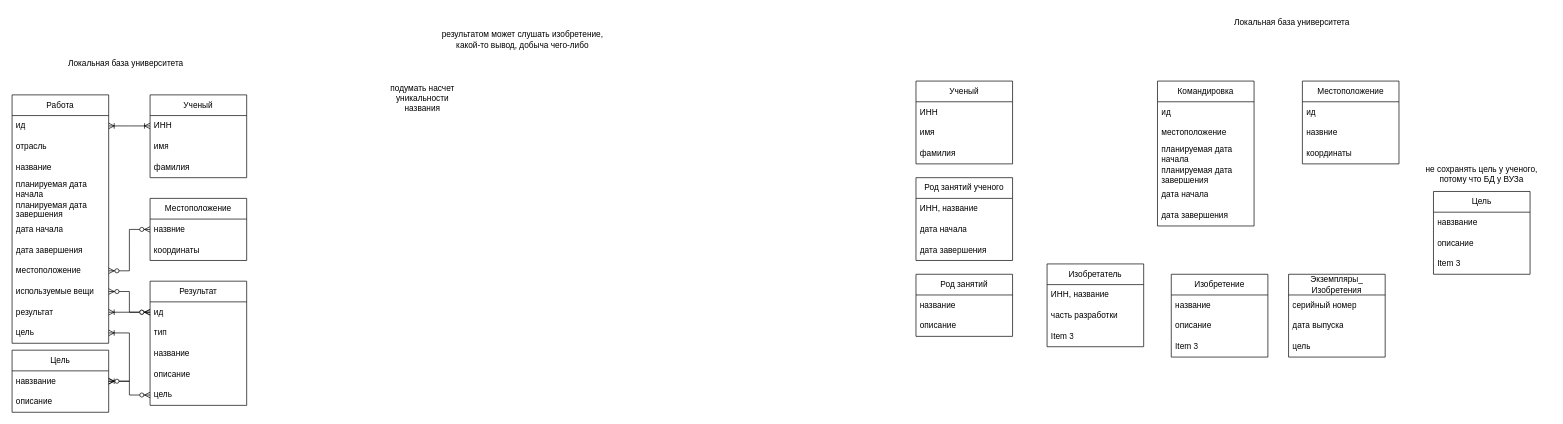
Before: DB/lab_1/diagrams/info.drawio in vanya9090/itmo, a draw.io diagram. Source tidied: cells renumbered, new cells numbered last; positions are measured from the earlier drawing's top-left corner, leaving out a move shared by most shapes. Both pictures are drawn from the tidied source at 69%, with x=0, y=0 at pixel (12, 12).
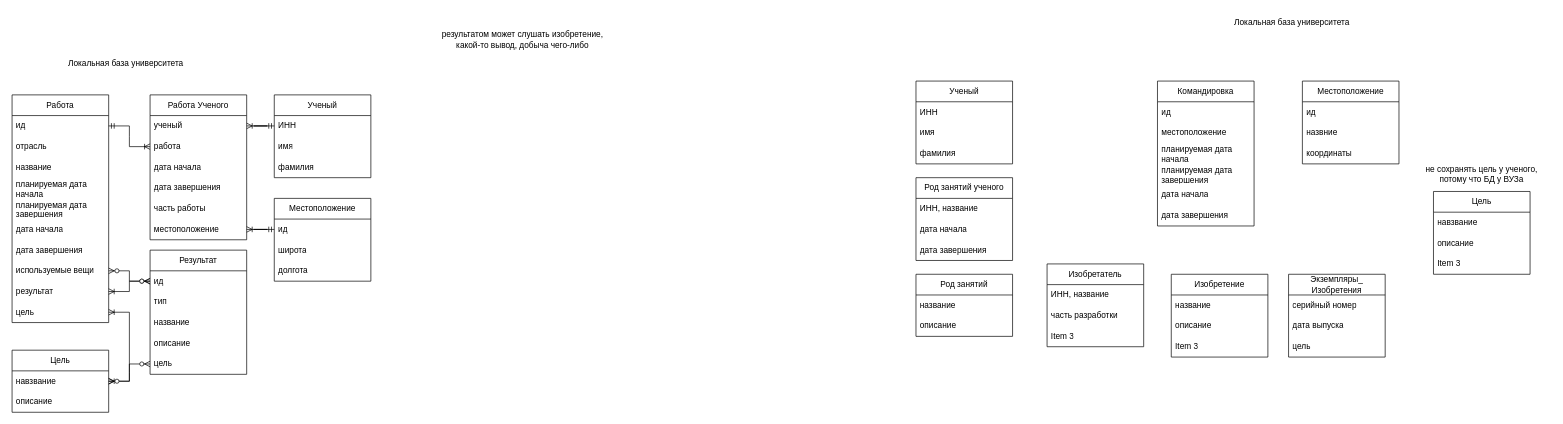
The same page after the edit.

Commit message (it also covers changes not shown here):
update diagrams 1st DB lab: almost done

Unchanged cells that the change refers to:
```xml
<mxCell id="43" value="ИНН" style="text;strokeColor=none;fillColor=none;align=left;verticalAlign=middle;spacingLeft=4;spacingRight=4;overflow=hidden;points=[[0,0.5],[1,0.5]];portConstraint=eastwest;whiteSpace=wrap;html=1;" parent="42" vertex="1">
  <mxGeometry y="30" width="140" height="30" as="geometry" />
</mxCell>
<mxCell id="47" value="ид" style="text;strokeColor=none;fillColor=none;align=left;verticalAlign=middle;spacingLeft=4;spacingRight=4;overflow=hidden;points=[[0,0.5],[1,0.5]];portConstraint=eastwest;whiteSpace=wrap;html=1;" parent="46" vertex="1">
  <mxGeometry y="30" width="140" height="30" as="geometry" />
</mxCell>
```

Diff of the diagram source:
```diff
@@
     <mxCell id="42" value="Ученый" style="swimlane;fontStyle=0;horizontal=1;startSize=30;whiteSpace=wrap;html=1;" parent="1" vertex="1">
-      <mxGeometry x="200" y="120" width="140" height="120" as="geometry" />
+      <mxGeometry x="380" y="120" width="140" height="120" as="geometry" />
     </mxCell>
@@
     <mxCell id="46" value="Работа" style="swimlane;fontStyle=0;horizontal=1;startSize=30;whiteSpace=wrap;html=1;" parent="1" vertex="1">
-      <mxGeometry y="120" width="140" height="360" as="geometry" />
+      <mxGeometry y="120" width="140" height="330" as="geometry" />
     </mxCell>
@@
-    <mxCell id="54" value="местоположение" style="text;strokeColor=none;fillColor=none;align=left;verticalAlign=middle;spacingLeft=4;spacingRight=4;overflow=hidden;points=[[0,0.5],[1,0.5]];portConstraint=eastwest;whiteSpace=wrap;html=1;" parent="46" vertex="1">
-      <mxGeometry y="240" width="140" height="30" as="geometry" />
-    </mxCell>
     <mxCell id="55" value="используемые вещи" style="text;strokeColor=none;fillColor=none;align=left;verticalAlign=middle;spacingLeft=4;spacingRight=4;overflow=hidden;points=[[0,0.5],[1,0.5]];portConstraint=eastwest;whiteSpace=wrap;html=1;" parent="46" vertex="1">
-      <mxGeometry y="270" width="140" height="30" as="geometry" />
+      <mxGeometry y="240" width="140" height="30" as="geometry" />
     </mxCell>
     <mxCell id="56" value="результат" style="text;strokeColor=none;fillColor=none;align=left;verticalAlign=middle;spacingLeft=4;spacingRight=4;overflow=hidden;points=[[0,0.5],[1,0.5]];portConstraint=eastwest;whiteSpace=wrap;html=1;" parent="46" vertex="1">
-      <mxGeometry y="300" width="140" height="30" as="geometry" />
+      <mxGeometry y="270" width="140" height="30" as="geometry" />
     </mxCell>
     <mxCell id="57" value="цель" style="text;strokeColor=none;fillColor=none;align=left;verticalAlign=middle;spacingLeft=4;spacingRight=4;overflow=hidden;points=[[0,0.5],[1,0.5]];portConstraint=eastwest;whiteSpace=wrap;html=1;" parent="46" vertex="1">
-      <mxGeometry y="330" width="140" height="30" as="geometry" />
+      <mxGeometry y="300" width="140" height="30" as="geometry" />
     </mxCell>
@@
     <mxCell id="62" value="Местоположение" style="swimlane;fontStyle=0;horizontal=1;startSize=30;whiteSpace=wrap;html=1;" parent="1" vertex="1">
-      <mxGeometry x="200" y="270" width="140" height="90" as="geometry" />
+      <mxGeometry x="380" y="270" width="140" height="120" as="geometry" />
     </mxCell>
-    <mxCell id="63" value="назвние" style="text;strokeColor=none;fillColor=none;align=left;verticalAlign=middle;spacingLeft=4;spacingRight=4;overflow=hidden;points=[[0,0.5],[1,0.5]];portConstraint=eastwest;whiteSpace=wrap;html=1;" parent="62" vertex="1">
+    <mxCell id="63" value="ид" style="text;strokeColor=none;fillColor=none;align=left;verticalAlign=middle;spacingLeft=4;spacingRight=4;overflow=hidden;points=[[0,0.5],[1,0.5]];portConstraint=eastwest;whiteSpace=wrap;html=1;" parent="62" vertex="1">
       <mxGeometry y="30" width="140" height="30" as="geometry" />
     </mxCell>
-    <mxCell id="64" value="координаты" style="text;strokeColor=none;fillColor=none;align=left;verticalAlign=middle;spacingLeft=4;spacingRight=4;overflow=hidden;whiteSpace=wrap;html=1;" parent="62" vertex="1">
-      <mxGeometry y="60" width="140" height="30" as="geometry" />
-    </mxCell>
+    <mxCell id="79" value="широта" style="text;strokeColor=none;fillColor=none;align=left;verticalAlign=middle;spacingLeft=4;spacingRight=4;overflow=hidden;whiteSpace=wrap;html=1;" parent="62" vertex="1">
+      <mxGeometry y="60" width="140" height="30" as="geometry" />
+    </mxCell>
+    <mxCell id="80" value="долгота" style="text;strokeColor=none;fillColor=none;align=left;verticalAlign=middle;spacingLeft=4;spacingRight=4;overflow=hidden;whiteSpace=wrap;html=1;" parent="62" vertex="1">
+      <mxGeometry y="90" width="140" height="30" as="geometry" />
+    </mxCell>
     <mxCell id="65" value="Результат" style="swimlane;fontStyle=0;horizontal=1;startSize=30;whiteSpace=wrap;html=1;" parent="1" vertex="1">
-      <mxGeometry x="200" y="390" width="140" height="180" as="geometry" />
+      <mxGeometry x="200" y="345" width="140" height="180" as="geometry" />
     </mxCell>
@@
-    <mxCell id="72" style="edgeStyle=entityRelationEdgeStyle;fontSize=12;html=1;endArrow=ERoneToMany;startArrow=ERoneToMany;rounded=0;entryX=1;entryY=0.5;entryDx=0;entryDy=0;exitX=0;exitY=0.5;exitDx=0;exitDy=0;" parent="1" edge="1" source="43" target="47">
-      <mxGeometry relative="1" as="geometry" />
-    </mxCell>
-    <mxCell id="73" style="edgeStyle=entityRelationEdgeStyle;fontSize=12;html=1;endArrow=ERzeroToMany;endFill=1;startArrow=ERzeroToMany;rounded=0;exitX=1;exitY=0.5;exitDx=0;exitDy=0;" parent="1" edge="1" source="54" target="63">
-      <mxGeometry relative="1" as="geometry" />
-    </mxCell>
@@
-    <mxCell id="77" value="подумать насчет уникальности названия" style="text;html=1;align=center;verticalAlign=middle;whiteSpace=wrap;rounded=0;" parent="1" vertex="1">
-      <mxGeometry x="530" y="110" width="130" height="30" as="geometry" />
-    </mxCell>
@@
+    <mxCell id="81" value="Работа Ученого" style="swimlane;fontStyle=0;horizontal=1;startSize=30;whiteSpace=wrap;html=1;" parent="1" vertex="1">
+      <mxGeometry x="200" y="120" width="140" height="210" as="geometry" />
+    </mxCell>
+    <mxCell id="82" value="ученый" style="text;strokeColor=none;fillColor=none;align=left;verticalAlign=middle;spacingLeft=4;spacingRight=4;overflow=hidden;points=[[0,0.5],[1,0.5]];portConstraint=eastwest;whiteSpace=wrap;html=1;" parent="81" vertex="1">
+      <mxGeometry y="30" width="140" height="30" as="geometry" />
+    </mxCell>
+    <mxCell id="83" value="работа" style="text;strokeColor=none;fillColor=none;align=left;verticalAlign=middle;spacingLeft=4;spacingRight=4;overflow=hidden;points=[[0,0.5],[1,0.5]];portConstraint=eastwest;whiteSpace=wrap;html=1;" parent="81" vertex="1">
+      <mxGeometry y="60" width="140" height="30" as="geometry" />
+    </mxCell>
+    <mxCell id="84" value="дата начала" style="text;strokeColor=none;fillColor=none;align=left;verticalAlign=middle;spacingLeft=4;spacingRight=4;overflow=hidden;whiteSpace=wrap;html=1;" parent="81" vertex="1">
+      <mxGeometry y="90" width="140" height="30" as="geometry" />
+    </mxCell>
+    <mxCell id="85" value="дата завершения" style="text;strokeColor=none;fillColor=none;align=left;verticalAlign=middle;spacingLeft=4;spacingRight=4;overflow=hidden;whiteSpace=wrap;html=1;" parent="81" vertex="1">
+      <mxGeometry y="120" width="140" height="30" as="geometry" />
+    </mxCell>
+    <mxCell id="86" value="часть работы" style="text;strokeColor=none;fillColor=none;align=left;verticalAlign=middle;spacingLeft=4;spacingRight=4;overflow=hidden;whiteSpace=wrap;html=1;" parent="81" vertex="1">
+      <mxGeometry y="150" width="140" height="30" as="geometry" />
+    </mxCell>
+    <mxCell id="54" value="местоположение" style="text;strokeColor=none;fillColor=none;align=left;verticalAlign=middle;spacingLeft=4;spacingRight=4;overflow=hidden;points=[[0,0.5],[1,0.5]];portConstraint=eastwest;whiteSpace=wrap;html=1;" parent="81" vertex="1">
+      <mxGeometry y="180" width="140" height="30" as="geometry" />
+    </mxCell>
+    <mxCell id="87" style="edgeStyle=entityRelationEdgeStyle;fontSize=12;html=1;endArrow=ERoneToMany;startArrow=ERmandOne;rounded=0;exitX=0;exitY=0.5;exitDx=0;exitDy=0;entryX=1;entryY=0.5;entryDx=0;entryDy=0;" parent="1" edge="1" source="63" target="54">
+      <mxGeometry relative="1" as="geometry" />
+    </mxCell>
+    <mxCell id="88" style="edgeStyle=entityRelationEdgeStyle;fontSize=12;html=1;endArrow=ERoneToMany;startArrow=ERmandOne;rounded=0;exitX=0;exitY=0.5;exitDx=0;exitDy=0;entryX=1;entryY=0.5;entryDx=0;entryDy=0;" parent="1" edge="1" source="43" target="82">
+      <mxGeometry relative="1" as="geometry" />
+    </mxCell>
+    <mxCell id="89" style="edgeStyle=entityRelationEdgeStyle;fontSize=12;html=1;endArrow=ERoneToMany;startArrow=ERmandOne;rounded=0;exitX=1;exitY=0.5;exitDx=0;exitDy=0;entryX=0;entryY=0.5;entryDx=0;entryDy=0;" parent="1" edge="1" source="47" target="83">
+      <mxGeometry relative="1" as="geometry" />
+    </mxCell>
```
